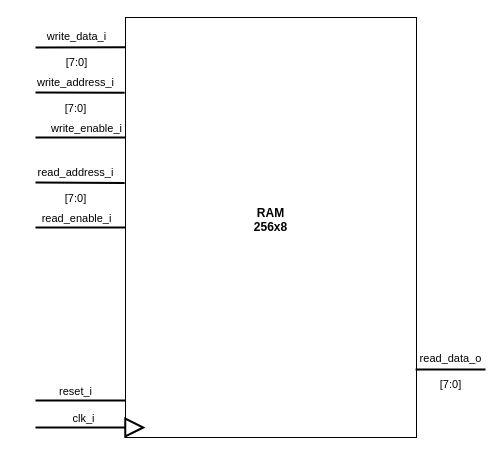
Before: Blockbeschreibungen/RAM_beschreibung.drawio in graefjk/RO2, a draw.io diagram. Source tidied: cells renumbered, new cells numbered last; positions are measured from the earlier drawing's top-left corner, leaving out a move shared by most shapes. Both pictures are drawn from the tidied source at 100%, with x=0, y=0 at pixel (35, 17).
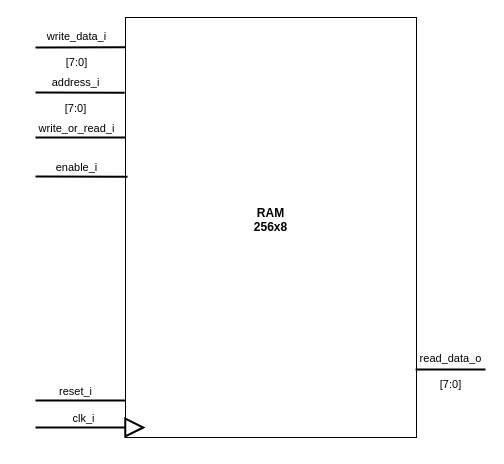
The same page after the edit.

Commit message (it also covers changes not shown here):
changed blockdiagram of RAM according to the top level blockdiagram

The change refers to these unchanged cells:
```xml
<mxCell id="2" value="&lt;b&gt;RAM&lt;/b&gt;&lt;div&gt;&lt;b&gt;256x8&lt;/b&gt;&lt;/div&gt;&lt;div&gt;&lt;b&gt;&lt;br&gt;&lt;/b&gt;&lt;/div&gt;" style="rounded=0;whiteSpace=wrap;html=1;" parent="1" vertex="1">
  <mxGeometry x="90" width="291" height="420" as="geometry" />
</mxCell>
<mxCell id="3" style="endArrow=none;html=1;rounded=0;labelBackgroundColor=none;startSize=8;endSize=8;strokeColor=default;strokeWidth=2;jumpSize=8;entryX=-0.003;entryY=0.179;entryDx=0;entryDy=0;entryPerimeter=0;" parent="1" edge="1" target="2">
  <mxGeometry relative="1" as="geometry">
    <mxPoint y="75" as="sourcePoint" />
  </mxGeometry>
</mxCell>
<mxCell id="5" style="endArrow=none;html=1;rounded=0;labelBackgroundColor=none;startSize=8;endSize=8;strokeColor=default;strokeWidth=2;jumpSize=8;" parent="1" edge="1">
  <mxGeometry relative="1" as="geometry">
    <mxPoint y="120" as="sourcePoint" />
    <mxPoint x="90" y="120" as="targetPoint" />
  </mxGeometry>
</mxCell>
```

The edit, as a diff of the source:
```diff
@@
-    <mxCell id="4" value="&lt;div&gt;write_address_i&lt;/div&gt;&lt;div&gt;&lt;br&gt;&lt;/div&gt;&lt;div&gt;[7:0]&lt;br&gt;&lt;/div&gt;" style="edgeLabel;html=1;align=center;verticalAlign=middle;labelBackgroundColor=none;" parent="3" vertex="1">
+    <mxCell id="4" value="&lt;div&gt;address_i&lt;/div&gt;&lt;div&gt;&lt;br&gt;&lt;/div&gt;&lt;div&gt;[7:0]&lt;br&gt;&lt;/div&gt;" style="edgeLabel;html=1;align=center;verticalAlign=middle;labelBackgroundColor=none;" parent="3" vertex="1">
       <mxGeometry x="-0.37" y="-2" relative="1" as="geometry">
         <mxPoint x="12" as="offset" />
       </mxGeometry>
     </mxCell>
@@
-    <mxCell id="6" value="&lt;div&gt;write_enable_i&lt;/div&gt;" style="edgeLabel;html=1;align=center;verticalAlign=middle;labelBackgroundColor=none;" parent="5" vertex="1">
+    <mxCell id="6" value="&lt;div&gt;write_or_read_i&lt;/div&gt;" style="edgeLabel;html=1;align=center;verticalAlign=middle;labelBackgroundColor=none;" parent="5" vertex="1">
       <mxGeometry x="-0.37" y="-2" relative="1" as="geometry">
-        <mxPoint x="22" y="-12" as="offset" />
+        <mxPoint x="12" y="-12" as="offset" />
       </mxGeometry>
     </mxCell>
-    <mxCell id="7" style="endArrow=none;html=1;rounded=0;labelBackgroundColor=none;startSize=8;endSize=8;strokeColor=default;strokeWidth=2;jumpSize=8;entryX=-0.003;entryY=0.394;entryDx=0;entryDy=0;entryPerimeter=0;" parent="1" edge="1" target="2">
-      <mxGeometry relative="1" as="geometry">
-        <mxPoint y="165" as="sourcePoint" />
-      </mxGeometry>
-    </mxCell>
-    <mxCell id="8" value="&lt;div&gt;read_address_i&lt;/div&gt;&lt;div&gt;&lt;br&gt;&lt;/div&gt;&lt;div&gt;[7:0]&lt;br&gt;&lt;/div&gt;" style="edgeLabel;html=1;align=center;verticalAlign=middle;labelBackgroundColor=none;" parent="7" vertex="1">
-      <mxGeometry x="-0.37" y="-2" relative="1" as="geometry">
-        <mxPoint x="12" as="offset" />
-      </mxGeometry>
-    </mxCell>
-    <mxCell id="9" style="endArrow=none;html=1;rounded=0;labelBackgroundColor=none;startSize=8;endSize=8;strokeColor=default;strokeWidth=2;jumpSize=8;entryX=0;entryY=0.5;entryDx=0;entryDy=0;" parent="1" edge="1" target="2">
-      <mxGeometry relative="1" as="geometry">
-        <mxPoint y="210" as="sourcePoint" />
-      </mxGeometry>
-    </mxCell>
-    <mxCell id="10" value="&lt;div&gt;read_enable_i&lt;/div&gt;" style="edgeLabel;html=1;align=center;verticalAlign=middle;labelBackgroundColor=none;" parent="9" vertex="1">
-      <mxGeometry x="-0.37" y="-2" relative="1" as="geometry">
-        <mxPoint x="12" y="-12" as="offset" />
-      </mxGeometry>
-    </mxCell>
@@
+    <mxCell id="19" style="endArrow=none;html=1;rounded=0;labelBackgroundColor=none;startSize=8;endSize=8;strokeColor=default;strokeWidth=2;jumpSize=8;entryX=0.007;entryY=0.379;entryDx=0;entryDy=0;entryPerimeter=0;" parent="1" edge="1" target="2">
+      <mxGeometry relative="1" as="geometry">
+        <mxPoint y="159" as="sourcePoint" />
+      </mxGeometry>
+    </mxCell>
+    <mxCell id="20" value="enable_i" style="edgeLabel;html=1;align=center;verticalAlign=middle;labelBackgroundColor=none;" parent="19" vertex="1">
+      <mxGeometry x="-0.37" y="-2" relative="1" as="geometry">
+        <mxPoint x="12" y="-12" as="offset" />
+      </mxGeometry>
+    </mxCell>
```
